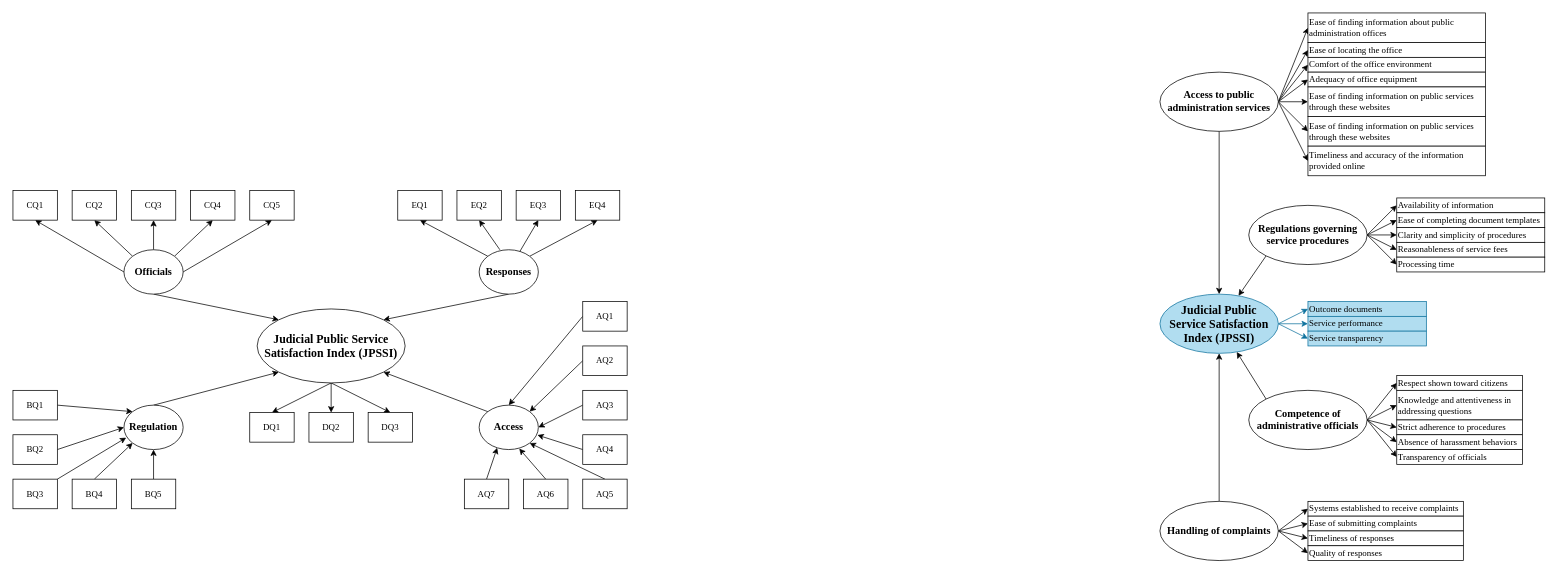
Before: r2.drawio in hnks-gh/draw.io, a draw.io diagram. Source tidied: cells renumbered, new cells numbered last; positions are measured from the earlier drawing's top-left corner, leaving out a move shared by most shapes. Both pictures are drawn from the tidied source at 74%, with x=0, y=0 at pixel (13, 13).
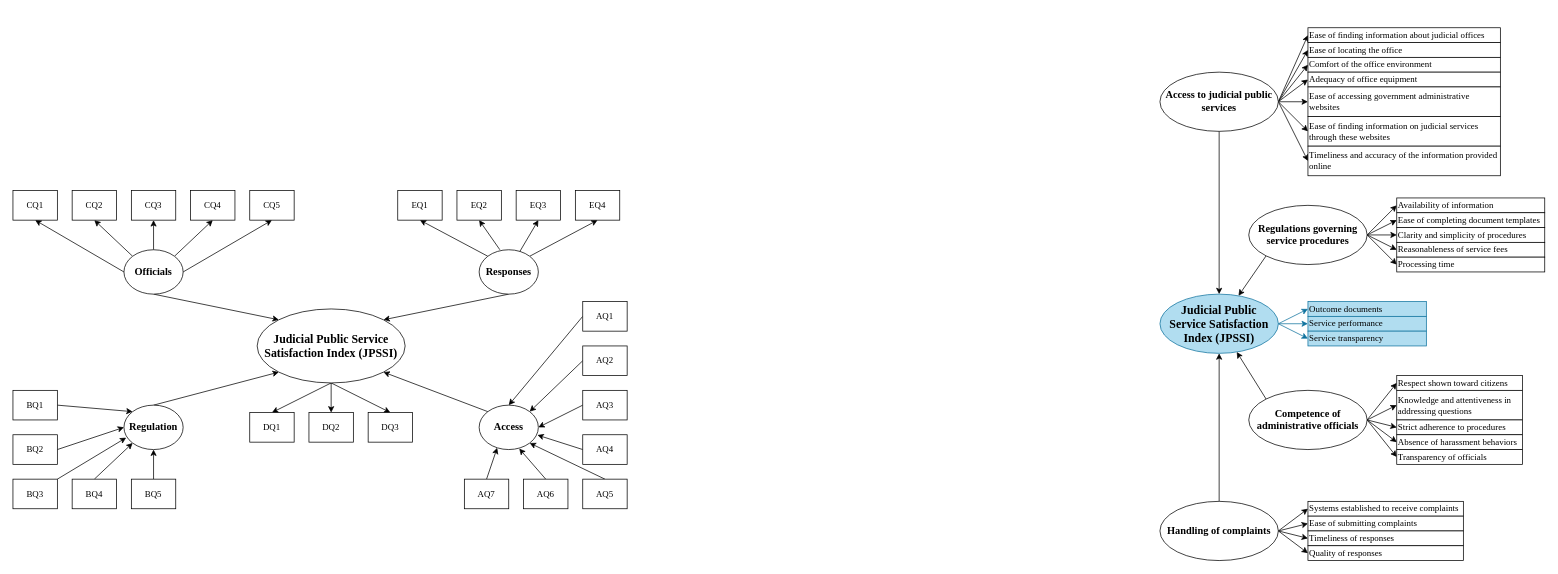
The same diagram, later.

Diff of the diagram source:
```diff
@@
-    <mxCell id="78" value="&lt;b&gt;Access to public administration services&lt;/b&gt;" style="ellipse;whiteSpace=wrap;html=1;fontFamily=Times New Roman;fontSize=14;" parent="1" vertex="1">
+    <mxCell id="78" value="&lt;b&gt;Access to&amp;nbsp;judicial public services&lt;/b&gt;" style="ellipse;whiteSpace=wrap;html=1;fontFamily=Times New Roman;fontSize=14;" parent="1" vertex="1">
       <mxGeometry x="1550" y="80" width="160" height="80" as="geometry" />
     </mxCell>
@@
-    <mxCell id="92" value="&lt;div&gt;Ease of finding information about public administration offices&lt;/div&gt;" style="rounded=0;whiteSpace=wrap;html=1;align=left;fontFamily=Times New Roman;" parent="1" vertex="1">
-      <mxGeometry x="1750" width="240" height="40" as="geometry" />
+    <mxCell id="92" value="&lt;div&gt;Ease of finding information about judicial offices&lt;/div&gt;" style="rounded=0;whiteSpace=wrap;html=1;align=left;fontFamily=Times New Roman;" parent="1" vertex="1">
+      <mxGeometry x="1750" y="20" width="260" height="20" as="geometry" />
     </mxCell>
     <mxCell id="93" value="&lt;div&gt;Ease of locating the office&lt;/div&gt;" style="rounded=0;whiteSpace=wrap;html=1;align=left;fontFamily=Times New Roman;" parent="1" vertex="1">
-      <mxGeometry x="1750" y="40" width="240" height="20" as="geometry" />
+      <mxGeometry x="1750" y="40" width="260" height="20" as="geometry" />
     </mxCell>
     <mxCell id="94" value="&lt;div&gt;Comfort of the office environment&lt;/div&gt;" style="rounded=0;whiteSpace=wrap;html=1;align=left;fontFamily=Times New Roman;" parent="1" vertex="1">
-      <mxGeometry x="1750" y="60" width="240" height="20" as="geometry" />
+      <mxGeometry x="1750" y="60" width="260" height="20" as="geometry" />
     </mxCell>
     <mxCell id="95" value="&lt;div&gt;Adequacy of office equipment&lt;/div&gt;" style="rounded=0;whiteSpace=wrap;html=1;align=left;fontFamily=Times New Roman;" parent="1" vertex="1">
-      <mxGeometry x="1750" y="80" width="240" height="20" as="geometry" />
+      <mxGeometry x="1750" y="80" width="260" height="20" as="geometry" />
     </mxCell>
-    <mxCell id="96" value="&lt;div&gt;Ease of finding information on public services through these websites&lt;/div&gt;" style="rounded=0;whiteSpace=wrap;html=1;align=left;fontFamily=Times New Roman;" parent="1" vertex="1">
-      <mxGeometry x="1750" y="100" width="240" height="40" as="geometry" />
+    <mxCell id="96" value="&lt;div&gt;Ease of accessing government administrative websites&lt;/div&gt;" style="rounded=0;whiteSpace=wrap;html=1;align=left;fontFamily=Times New Roman;" parent="1" vertex="1">
+      <mxGeometry x="1750" y="100" width="260" height="40" as="geometry" />
     </mxCell>
-    <mxCell id="97" value="&lt;div&gt;Ease of finding information on public services through these websites&lt;/div&gt;" style="rounded=0;whiteSpace=wrap;html=1;align=left;fontFamily=Times New Roman;" parent="1" vertex="1">
-      <mxGeometry x="1750" y="140" width="240" height="40" as="geometry" />
+    <mxCell id="97" value="&lt;div&gt;Ease of finding information on judicial services through these websites&lt;/div&gt;" style="rounded=0;whiteSpace=wrap;html=1;align=left;fontFamily=Times New Roman;" parent="1" vertex="1">
+      <mxGeometry x="1750" y="140" width="260" height="40" as="geometry" />
     </mxCell>
     <mxCell id="98" value="&lt;div&gt;Timeliness and accuracy of the information provided online&lt;/div&gt;" style="rounded=0;whiteSpace=wrap;html=1;align=left;fontFamily=Times New Roman;" parent="1" vertex="1">
-      <mxGeometry x="1750" y="180" width="240" height="40" as="geometry" />
+      <mxGeometry x="1750" y="180" width="260" height="40" as="geometry" />
     </mxCell>
```
